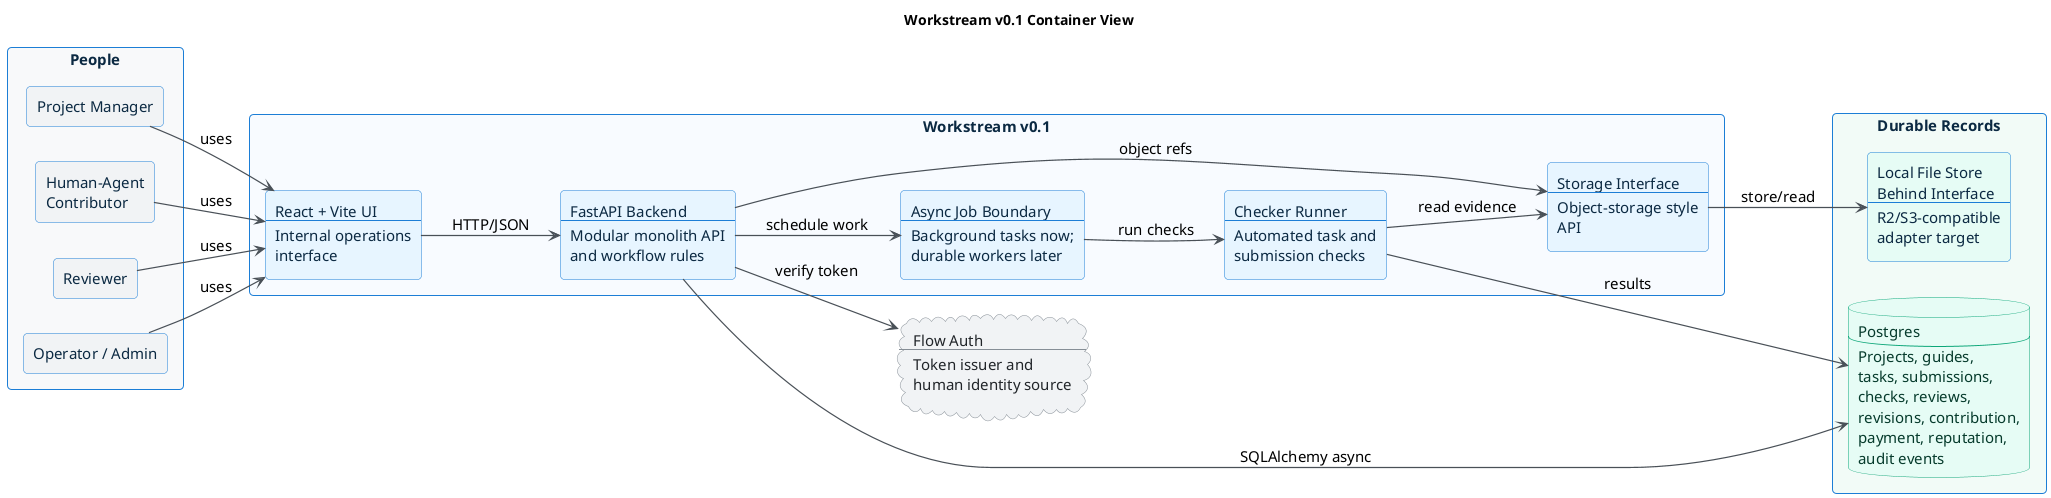
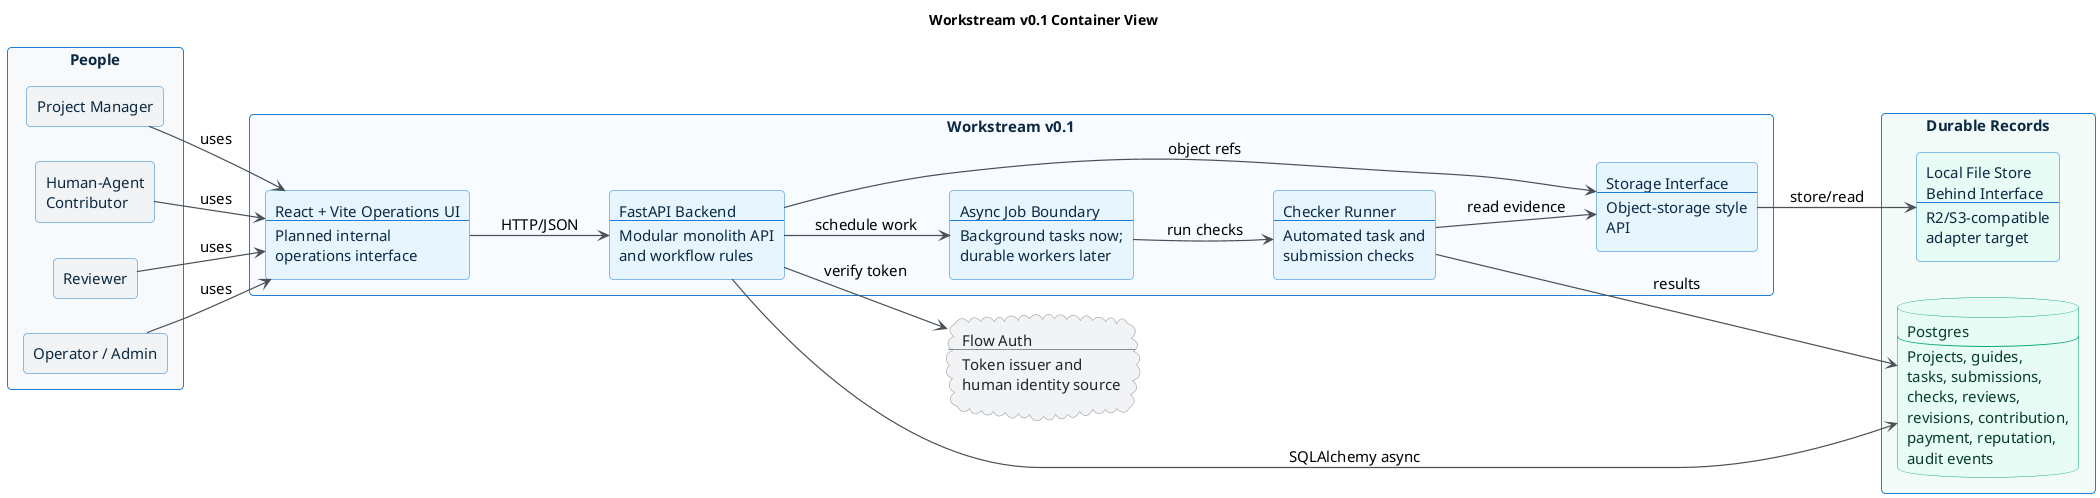
@startuml workstream_v01_container
title Workstream v0.1 Container View

left to right direction

skinparam backgroundColor #FFFFFF
skinparam shadowing false
skinparam roundcorner 8
skinparam defaultFontName Arial
skinparam defaultFontSize 15
skinparam ArrowColor #495057
skinparam ArrowThickness 1.2
skinparam packageStyle rectangle
skinparam rectangle {
  BorderColor #1C7ED6
  BackgroundColor #E7F5FF
  FontColor #0B2942
}
skinparam database {
  BorderColor #0CA678
  BackgroundColor #E6FCF5
  FontColor #063B2C
}
skinparam cloud {
  BorderColor #868E96
  BackgroundColor #F1F3F5
  FontColor #212529
}

package "People" #F8F9FA {
  rectangle "Project Manager" as project_manager #F1F3F5
  rectangle "Human-Agent\nContributor" as worker #F1F3F5
  rectangle "Reviewer" as reviewer #F1F3F5
  rectangle "Operator / Admin" as operator #F1F3F5
}

cloud "Flow Auth\n----\nToken issuer and\nhuman identity source" as flow_auth

package "Workstream v0.1" #F8FBFF {
-   rectangle "React + Vite UI\n----\nInternal operations\ninterface" as frontend
+   rectangle "React + Vite Operations UI\n----\nPlanned internal\noperations interface" as frontend
  rectangle "FastAPI Backend\n----\nModular monolith API\nand workflow rules" as api
  rectangle "Async Job Boundary\n----\nBackground tasks now;\ndurable workers later" as jobs
  rectangle "Checker Runner\n----\nAutomated task and\nsubmission checks" as checker
  rectangle "Storage Interface\n----\nObject-storage style\nAPI" as storage_adapter
}

package "Durable Records" #F2FBF7 {
  database "Postgres\n----\nProjects, guides,\ntasks, submissions,\nchecks, reviews,\nrevisions, contribution,\npayment, reputation,\naudit events" as postgres
  rectangle "Local File Store\nBehind Interface\n----\nR2/S3-compatible\nadapter target" as file_store #E6FCF5
}

project_manager --> frontend : uses
worker --> frontend : uses
reviewer --> frontend : uses
operator --> frontend : uses

frontend --> api : HTTP/JSON
api --> flow_auth : verify token
api --> postgres : SQLAlchemy async
api --> storage_adapter : object refs
api --> jobs : schedule work
jobs --> checker : run checks
checker --> postgres : results
checker --> storage_adapter : read evidence
storage_adapter --> file_store : store/read

@enduml
